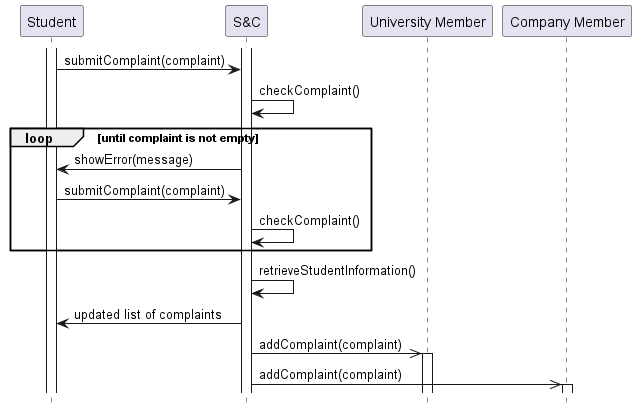
Earlier version of the PlantUML export RASD/Specific_requirements/uml_diagrams/UC26_diagram.png (matti8702/R_and_DD_project_SE2). Source of this version:
```plantuml
@startuml UC26_diagram
hide footbox

participant "Student" as ST
participant "S&C" AS S
participant "University Member" as UM
participant "Company Member" as CM

activate ST
activate S

ST -> S : submitComplaint(complaint)
S  -> S : checkComplaint()
loop until complaint is not empty
    S -> ST : showError(message)
    ST -> S : submitComplaint(complaint)
    S  -> S : checkComplaint()
end
S -> S : retrieveStudentInformation()
S -> ST : updated list of complaints
S ->> UM : addComplaint(complaint)
activate UM
S ->> CM : addComplaint(complaint)
activate CM
@enduml
```
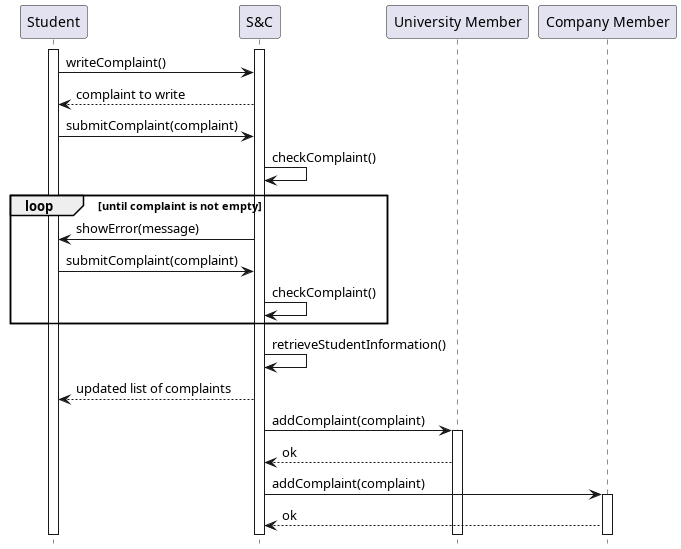
The same file after the commit.

What changed in the source:
```diff
@@ -9,6 +9,8 @@
 activate ST
 activate S
 
+ST -> S : writeComplaint()
+S --> ST : complaint to write
 ST -> S : submitComplaint(complaint)
 S  -> S : checkComplaint()
 loop until complaint is not empty
@@ -17,9 +19,11 @@
     S  -> S : checkComplaint()
 end
 S -> S : retrieveStudentInformation()
-S -> ST : updated list of complaints
-S ->> UM : addComplaint(complaint)
+S --> ST : updated list of complaints
+S -> UM : addComplaint(complaint)
 activate UM
-S ->> CM : addComplaint(complaint)
+UM --> S : ok
+S -> CM : addComplaint(complaint)
 activate CM
+CM --> S : ok
 @enduml
```
